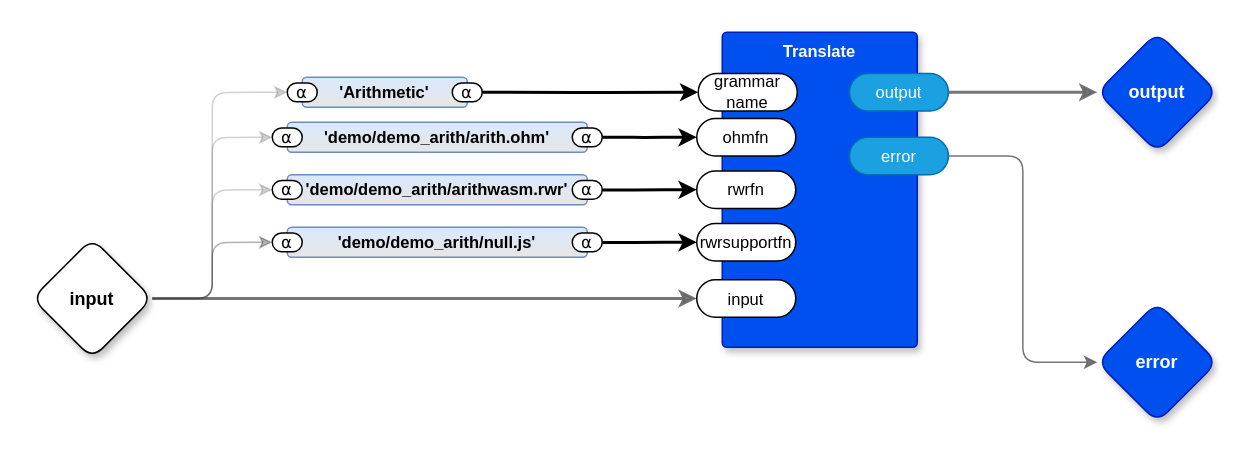
The draw.io diagram page "To Wasm" (5 of 12) of src/demo_arith.drawio in guitarvydas/0dproto, before the edit. Source tidied: cells renumbered, new cells numbered last; positions are measured from the earlier drawing's top-left corner, leaving out a move shared by most shapes. Both pictures are drawn from the tidied source at 150%, with x=0, y=0 at pixel (32, 32).
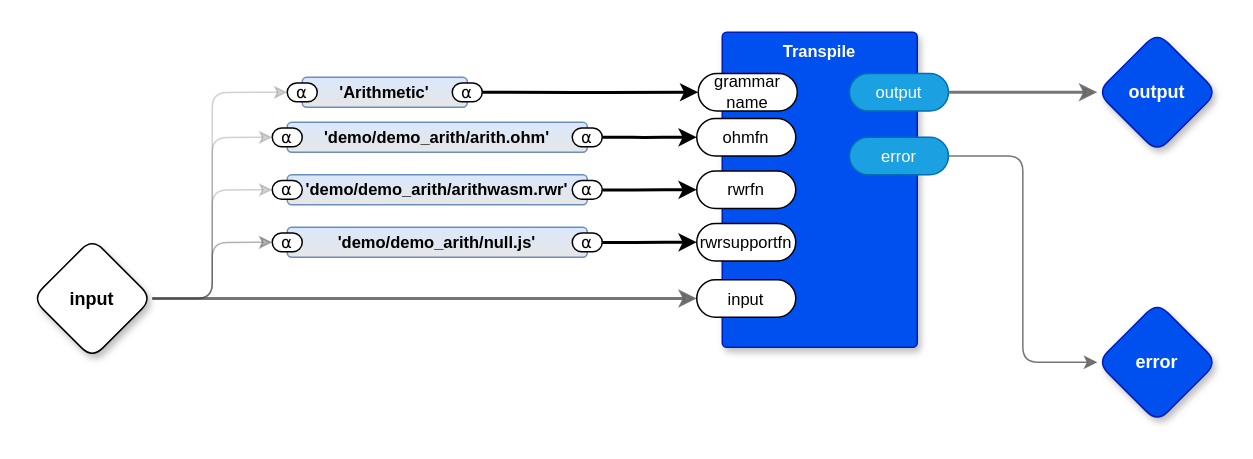
The same diagram, later.

Change to the diagram source:
```diff
@@
-    <mxCell id="9" value="Translate" style="rounded=1;whiteSpace=wrap;html=1;sketch=0;verticalAlign=top;arcSize=6;fontStyle=1;absoluteArcSize=1;shadow=1;strokeColor=#001DBC;fillColor=#0050ef;fontColor=#ffffff;fontFamily=Helvetica;fontSize=11;" parent="1" vertex="1">
+    <mxCell id="9" value="Transpile" style="rounded=1;whiteSpace=wrap;html=1;sketch=0;verticalAlign=top;arcSize=6;fontStyle=1;absoluteArcSize=1;shadow=1;strokeColor=#001DBC;fillColor=#0050ef;fontColor=#ffffff;fontFamily=Helvetica;fontSize=11;" parent="1" vertex="1">
       <mxGeometry x="460" width="130" height="210" as="geometry" />
     </mxCell>
```
